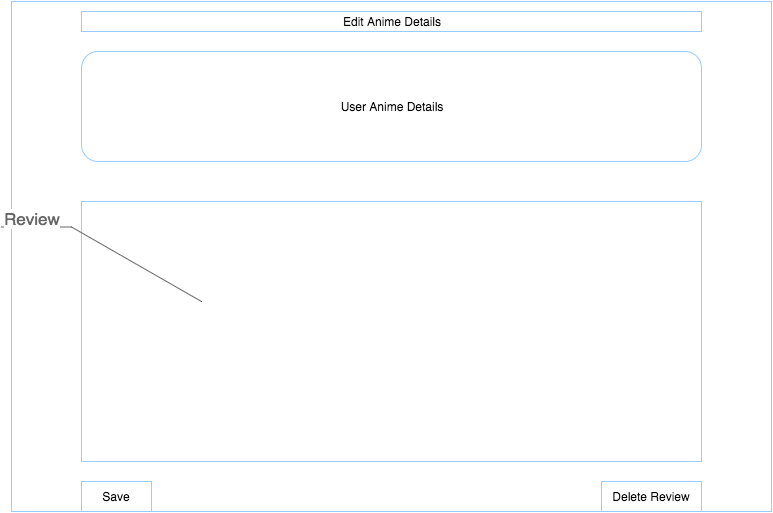
Before: docs/wireframes/Edit User Anime Details.png, a diagram exported from draw.io (ygu93/GoodAnimes). Source tidied: cells renumbered, new cells last; positions are measured from the earlier drawing's top-left corner, leaving out a move shared by most shapes.
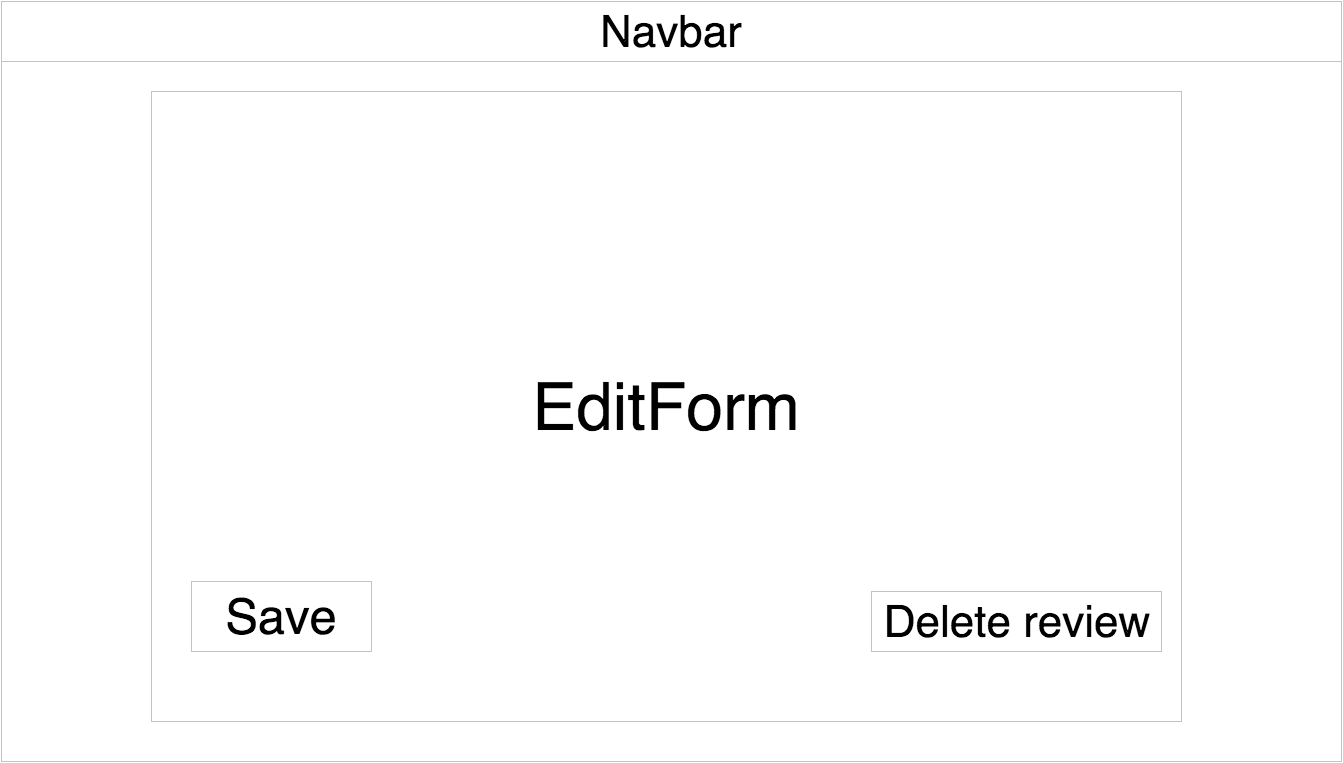
Above is the later version.

What changed in the source:
```diff
@@ -3,25 +3,19 @@
     <mxCell id="0" />
     <mxCell id="1" parent="0" />
     <mxCell id="2" style="whiteSpace=wrap;html=1;labelBackgroundColor=#FFFFFF;strokeColor=#99CCFF;fillColor=#FFFFFF;fontColor=#000000;" parent="1" vertex="1">
-      <mxGeometry x="10" width="760" height="510" as="geometry" />
+      <mxGeometry x="-60" y="10" width="1340" height="760" as="geometry" />
     </mxCell>
-    <mxCell id="3" style="whiteSpace=wrap;html=1;labelBackgroundColor=#FFFFFF;strokeColor=#99CCFF;fillColor=#FFFFFF;fontColor=#000000;" parent="1" vertex="1">
-      <mxGeometry x="80" y="200" width="620" height="260" as="geometry" />
-    </mxCell>
-    <mxCell id="4" value="Review" style="strokeWidth=1;shadow=0;dashed=0;align=center;html=1;shape=mxgraph.mockup.text.callout;linkText=;textSize=17;textColor=#666666;callDir=NW;callStyle=line;fontSize=17;fontColor=#666666;align=left;verticalAlign=top;strokeColor=#666666;labelBackgroundColor=#FFFFFF;fillColor=#FFFFFF;" parent="1" vertex="1">
-      <mxGeometry y="200" width="200" height="100" as="geometry" />
-    </mxCell>
+    <mxCell id="9" value="EditForm&lt;br&gt;" style="whiteSpace=wrap;html=1;labelBackgroundColor=#FFFFFF;strokeColor=#99CCFF;fillColor=#FFFFFF;fontSize=66;fontColor=#000000;" parent="1" vertex="1">
+      <mxGeometry x="90" y="100" width="1030" height="630" as="geometry" />
+    </mxCell>
-    <mxCell id="5" value="Save" style="whiteSpace=wrap;html=1;labelBackgroundColor=#FFFFFF;strokeColor=#99CCFF;fillColor=#FFFFFF;fontColor=#000000;" parent="1" vertex="1">
-      <mxGeometry x="80" y="480" width="70" height="30" as="geometry" />
+    <mxCell id="5" value="Save" style="whiteSpace=wrap;html=1;labelBackgroundColor=#FFFFFF;strokeColor=#99CCFF;fillColor=#FFFFFF;fontSize=49;fontColor=#000000;" parent="1" vertex="1">
+      <mxGeometry x="130" y="590" width="180" height="70" as="geometry" />
     </mxCell>
-    <mxCell id="6" value="Delete Review&lt;br&gt;" style="whiteSpace=wrap;html=1;labelBackgroundColor=#FFFFFF;strokeColor=#99CCFF;fillColor=#FFFFFF;fontColor=#000000;" parent="1" vertex="1">
-      <mxGeometry x="600" y="480" width="100" height="30" as="geometry" />
-    </mxCell>
-    <mxCell id="7" value="User Anime Details&lt;br&gt;" style="rounded=1;whiteSpace=wrap;html=1;labelBackgroundColor=#FFFFFF;strokeColor=#99CCFF;fillColor=#FFFFFF;fontColor=#000000;" parent="1" vertex="1">
-      <mxGeometry x="80" y="50" width="620" height="110" as="geometry" />
-    </mxCell>
-    <mxCell id="8" value="Edit Anime Details&lt;br&gt;" style="whiteSpace=wrap;html=1;labelBackgroundColor=#FFFFFF;strokeColor=#99CCFF;fillColor=#FFFFFF;fontColor=#000000;" parent="1" vertex="1">
-      <mxGeometry x="80" y="10" width="620" height="20" as="geometry" />
-    </mxCell>
+    <mxCell id="10" value="Delete review&lt;br&gt;" style="whiteSpace=wrap;html=1;labelBackgroundColor=#FFFFFF;strokeColor=#99CCFF;fillColor=#FFFFFF;fontSize=44;fontColor=#000000;" parent="1" vertex="1">
+      <mxGeometry x="810" y="600" width="290" height="60" as="geometry" />
+    </mxCell>
+    <mxCell id="11" value="Navbar" style="whiteSpace=wrap;html=1;labelBackgroundColor=#FFFFFF;strokeColor=#99CCFF;fillColor=#FFFFFF;fontSize=44;fontColor=#000000;" parent="1" vertex="1">
+      <mxGeometry x="-60" y="10" width="1340" height="60" as="geometry" />
+    </mxCell>
   </root>
 </mxGraphModel>
```
